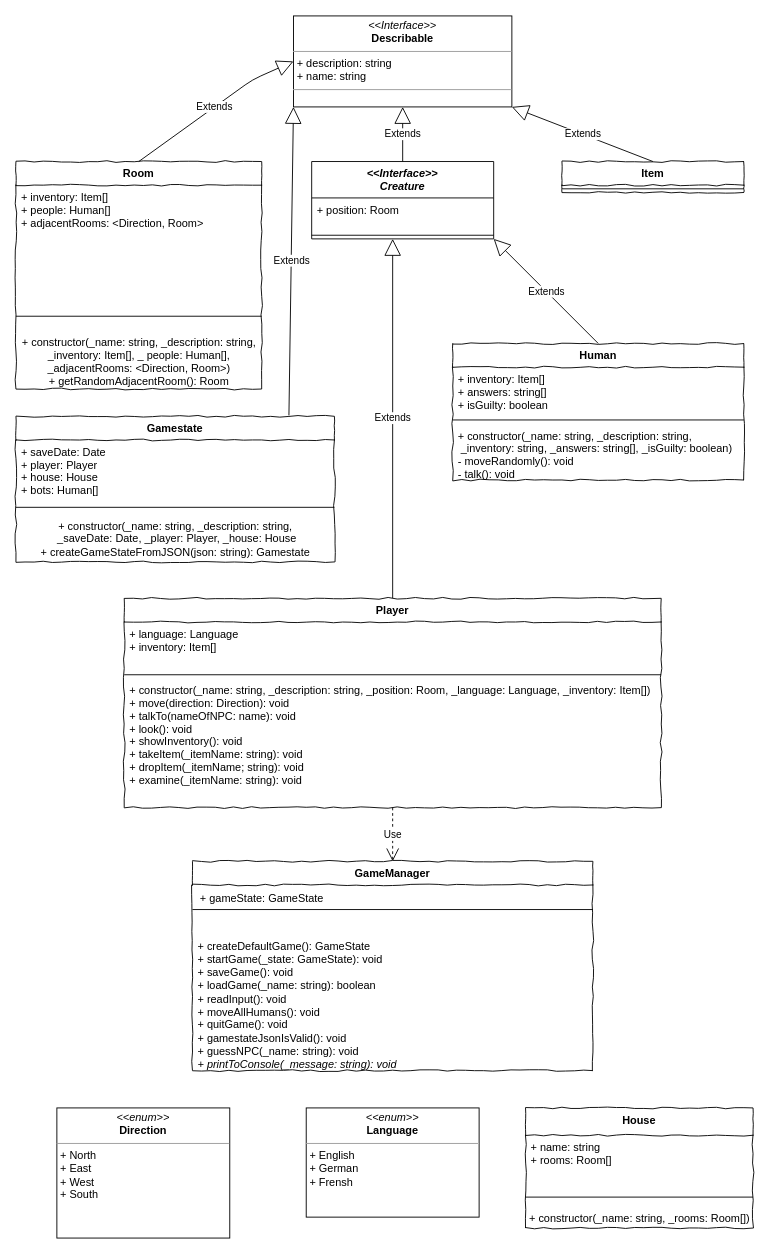
AljoshaVieth/SoftwareDesignTextAdventure keeps this draw.io diagram as page "Classes" (1 of 6) of concept/classes.drawio. Above is the earlier version. Source tidied: cells renumbered, new cells numbered last; positions are measured from the earlier drawing's top-left corner, leaving out a move shared by most shapes. Both pictures are drawn from the tidied source at 91%, with x=0, y=0 at pixel (15, 15).
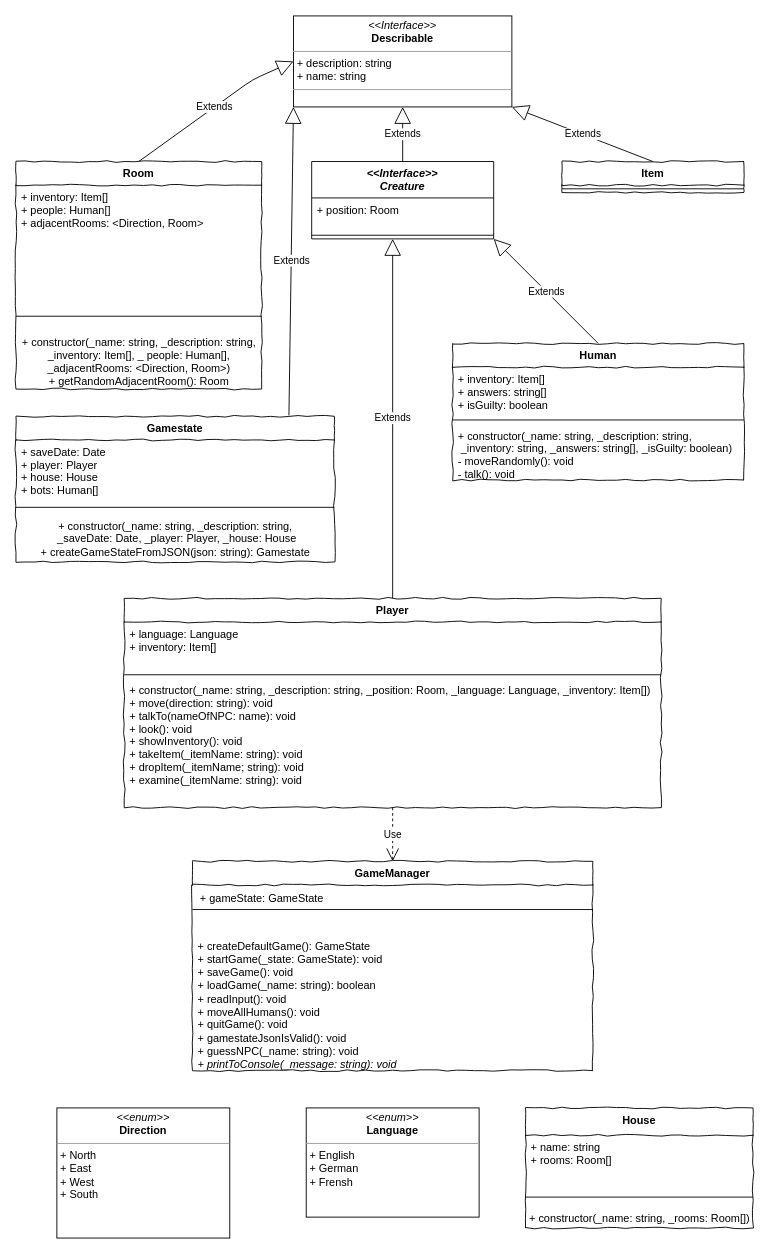
The same page after the edit.

Unchanged cells that the change refers to:
```xml
<mxCell id="26" value="Player" style="swimlane;fontStyle=1;align=center;verticalAlign=top;horizontal=1;startSize=26;rounded=0;shadow=0;comic=1;strokeWidth=1;" parent="1" vertex="1">
  <mxGeometry x="119" y="640" width="590" height="230" as="geometry" />
</mxCell>
```

What changed in the source:
```diff
@@
-    <mxCell id="29" value="+ constructor(_name: string, _description: string, _position: Room, _language: Language, _inventory: Item[])&#10;+ move(direction: Direction): void&#10;+ talkTo(nameOfNPC: name): void&#10;+ look(): void&#10;+ showInventory(): void&#10;+ takeItem(_itemName: string): void&#10;+ dropItem(_itemName; string): void&#10;+ examine(_itemName: string): void" style="text;strokeColor=none;fillColor=none;align=left;verticalAlign=top;spacingLeft=4;spacingRight=4;overflow=hidden;points=[[0,0.5],[1,0.5]];portConstraint=eastwest;" parent="26" vertex="1">
+    <mxCell id="29" value="+ constructor(_name: string, _description: string, _position: Room, _language: Language, _inventory: Item[])&#10;+ move(direction: string): void&#10;+ talkTo(nameOfNPC: name): void&#10;+ look(): void&#10;+ showInventory(): void&#10;+ takeItem(_itemName: string): void&#10;+ dropItem(_itemName; string): void&#10;+ examine(_itemName: string): void" style="text;strokeColor=none;fillColor=none;align=left;verticalAlign=top;spacingLeft=4;spacingRight=4;overflow=hidden;points=[[0,0.5],[1,0.5]];portConstraint=eastwest;" parent="26" vertex="1">
       <mxGeometry y="88" width="590" height="142" as="geometry" />
     </mxCell>
```
